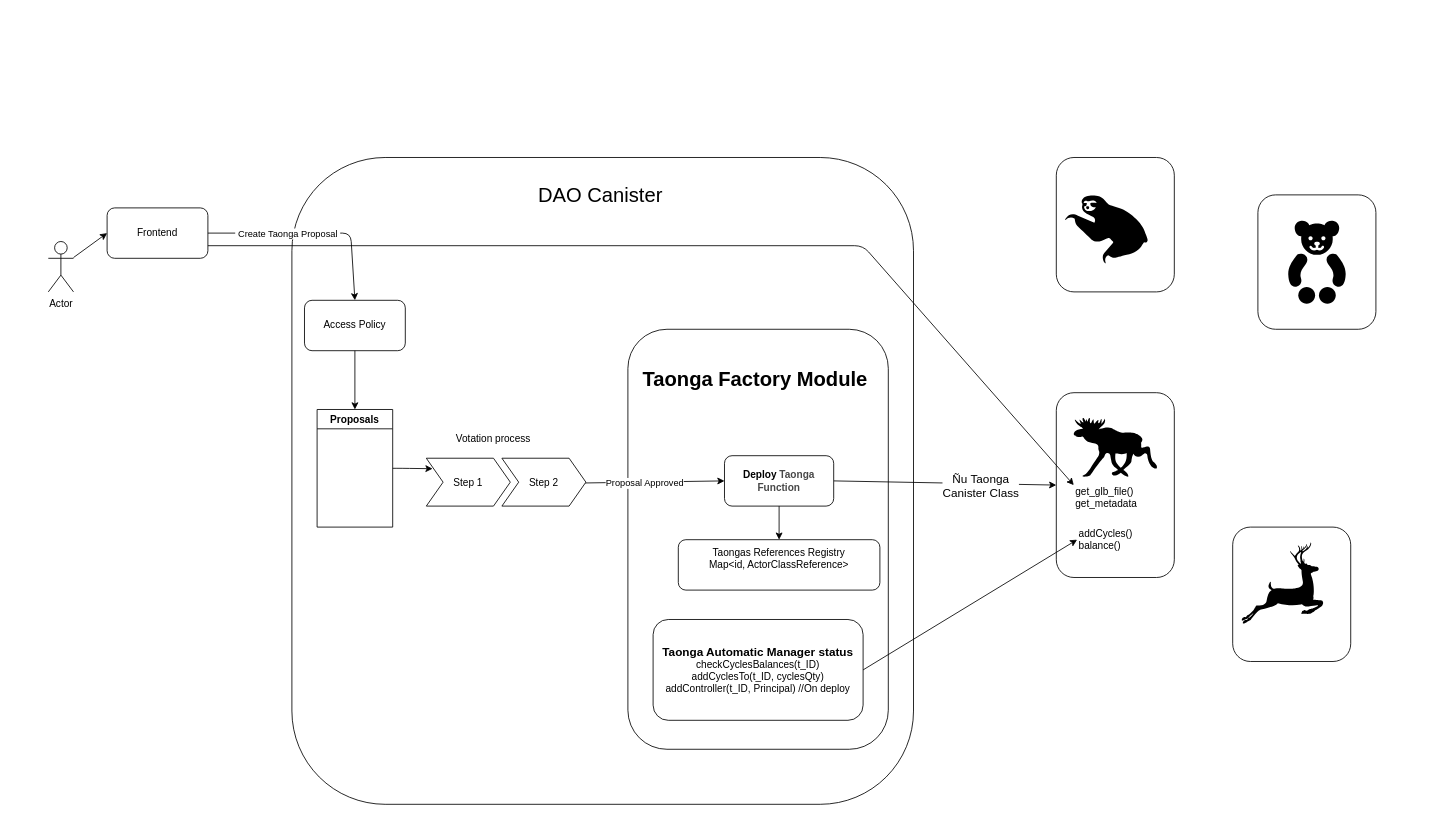
The draw.io diagram page "Página-1" (1 of 6) of src/architecture/architecture.drawio in ArielRobotti/digitaonga, before the edit. Source tidied: cells renumbered, new cells numbered last; positions are measured from the earlier drawing's top-left corner, leaving out a move shared by most shapes. Both pictures are drawn from the tidied source at 84%, with x=0, y=0 at pixel (48, 157).
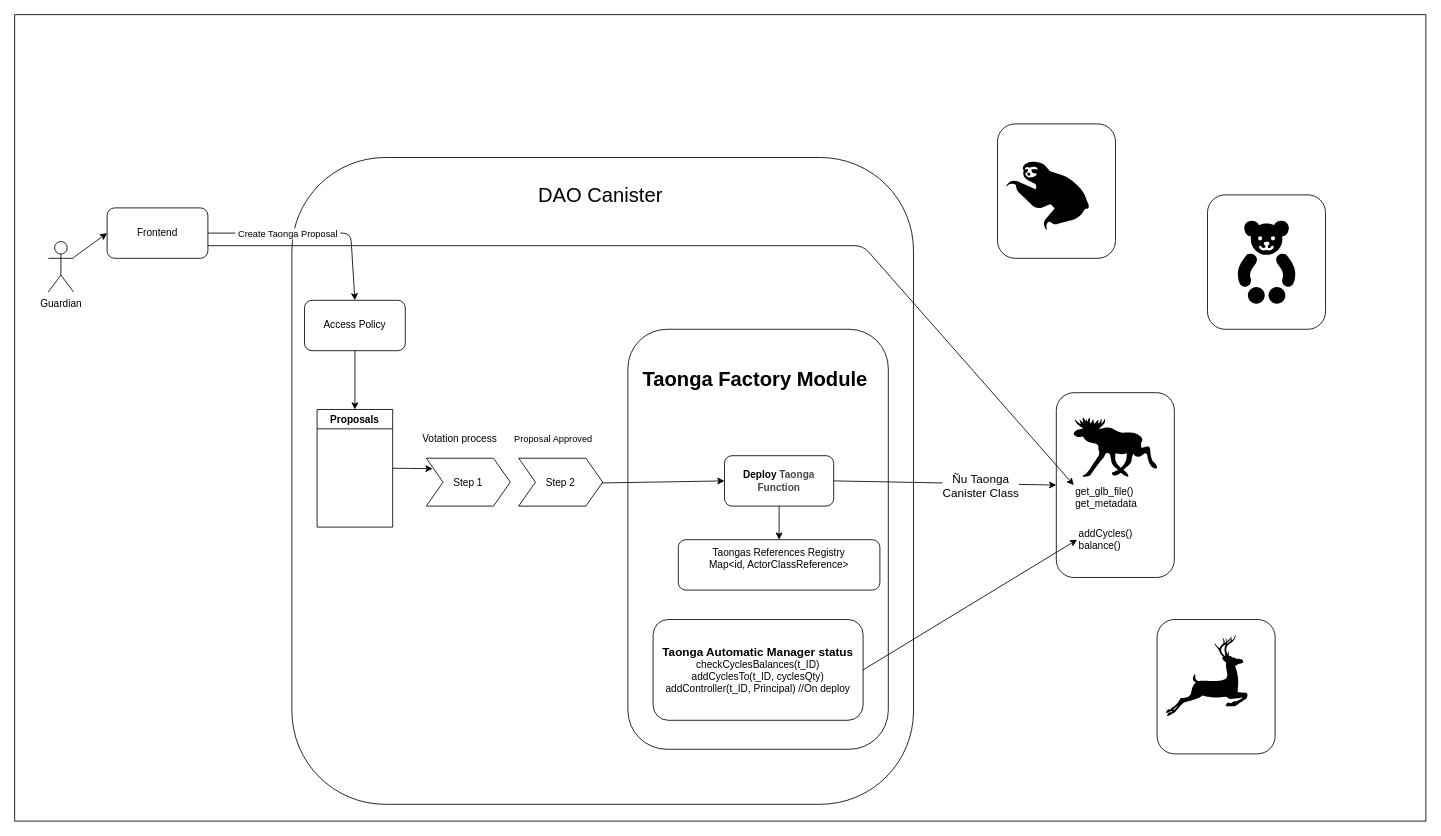
After the change.

The change refers to these unchanged cells:
```xml
<mxCell id="18" style="edgeStyle=none;html=1;exitX=0.983;exitY=0.517;exitDx=0;exitDy=0;entryX=0;entryY=0.5;entryDx=0;entryDy=0;exitPerimeter=0;" parent="1" edge="1" source="39" target="11">
  <mxGeometry relative="1" as="geometry" />
</mxCell>
```

The edit, as a diff of the source:
```diff
@@
+    <mxCell id="42" style="whiteSpace=wrap;html=1;" parent="1" vertex="1">
+      <mxGeometry x="-40" y="-170" width="1680" height="960" as="geometry" />
+    </mxCell>
-    <mxCell id="2" style="rounded=1;whiteSpace=wrap;html=1;" parent="1" vertex="1">
+    <mxCell id="2" style="rounded=1;whiteSpace=wrap;html=1;strokeColor=light-dark(#000000,#FF9933);" parent="1" vertex="1">
       <mxGeometry x="290" width="740" height="770" as="geometry" />
     </mxCell>
@@
-    <mxCell id="4" value="Actor" style="shape=umlActor;verticalLabelPosition=bottom;verticalAlign=top;html=1;outlineConnect=0;" parent="1" vertex="1">
+    <mxCell id="4" value="Guardian" style="shape=umlActor;verticalLabelPosition=bottom;verticalAlign=top;html=1;outlineConnect=0;" parent="1" vertex="1">
       <mxGeometry y="100" width="30" height="60" as="geometry" />
     </mxCell>
@@
     <mxCell id="19" value="Proposal Approved" style="edgeLabel;html=1;align=center;verticalAlign=middle;" parent="18" vertex="1">
       <mxGeometry x="-0.24" relative="1" as="geometry">
-        <mxPoint x="8" y="1" as="offset" />
+        <mxPoint x="-114" y="-52" as="offset" />
       </mxGeometry>
     </mxCell>
@@
     <mxCell id="22" style="group;" parent="1" vertex="1">
-      <mxGeometry x="1200" width="140.5" height="160" as="geometry" />
+      <mxGeometry x="1130" y="-40" width="140.5" height="160" as="geometry" />
     </mxCell>
@@
     <mxCell id="25" style="group;" parent="1" vertex="1">
-      <mxGeometry x="1440" y="44.5" width="140.5" height="160" as="geometry" />
+      <mxGeometry x="1380" y="44.5" width="140.5" height="160" as="geometry" />
     </mxCell>
@@
     <mxCell id="28" style="group;" parent="1" vertex="1">
-      <mxGeometry x="1410" y="440" width="140.5" height="160" as="geometry" />
+      <mxGeometry x="1320" y="550" width="140.5" height="160" as="geometry" />
     </mxCell>
@@
     <mxCell id="39" value="Step 2" style="shape=step;perimeter=stepPerimeter;fixedSize=1;points=[];whiteSpace=wrap;html=1;" parent="1" vertex="1">
-      <mxGeometry x="540" y="358" width="100" height="57" as="geometry" />
+      <mxGeometry x="560" y="358" width="100" height="57" as="geometry" />
     </mxCell>
@@
     <mxCell id="41" value="Votation process" style="text;html=1;align=center;verticalAlign=middle;whiteSpace=wrap;rounded=0;" parent="1" vertex="1">
-      <mxGeometry x="470" y="320" width="120" height="30" as="geometry" />
+      <mxGeometry x="430" y="320" width="120" height="30" as="geometry" />
     </mxCell>
```
